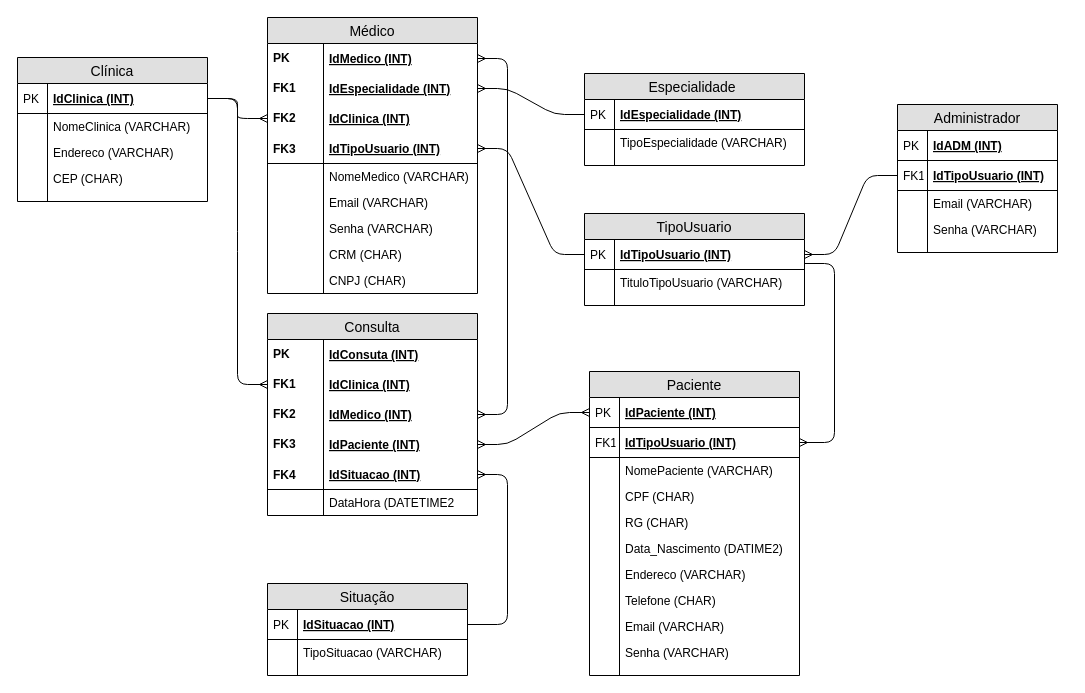
Before: page "Lógico" (2 of 2) of Modelagem/SPMed.drawio in Matheus-Nasci/SENAI_SPMedGroup_Sprint1-BD-Tarde-MatheusNascimento, a draw.io diagram. Source tidied: cells renumbered, new cells numbered last; positions are measured from the earlier drawing's top-left corner, leaving out a move shared by most shapes. Both pictures are drawn from the tidied source at 100%, with x=0, y=0 at pixel (17, 17).
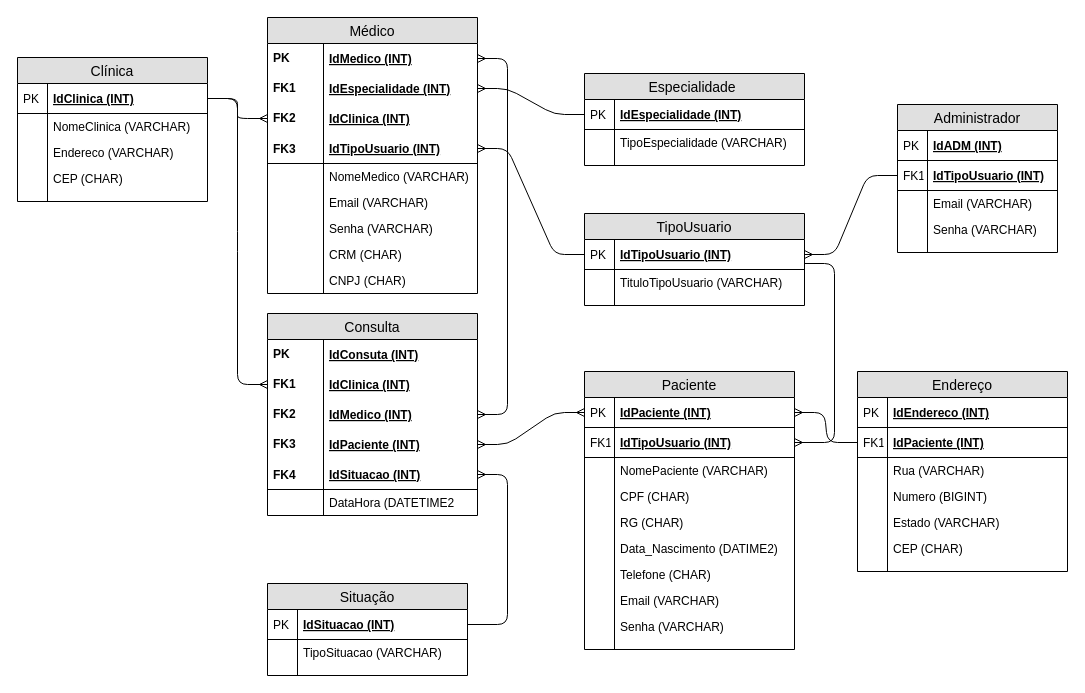
The same diagram, later.

The change refers to these unchanged cells:
```xml
<mxCell id="21" value="IdPaciente (INT)" style="shape=partialRectangle;top=0;left=0;right=0;bottom=1;align=left;verticalAlign=middle;fillColor=none;spacingLeft=34;spacingRight=4;overflow=hidden;points=[[0,0.5],[1,0.5]];portConstraint=eastwest;fontStyle=5;fontSize=12;" parent="20" vertex="1">
  <mxGeometry y="26" width="210" height="30" as="geometry" />
</mxCell>
```

The edit, as a diff of the source:
```diff
@@
     <mxCell id="20" value="Paciente" style="swimlane;fontStyle=0;horizontal=1;startSize=26;fillColor=#e0e0e0;swimlaneFillColor=#ffffff;align=center;fontSize=14;" parent="1" vertex="1">
-      <mxGeometry x="572" y="354" width="210" height="304" as="geometry" />
+      <mxGeometry x="567" y="354" width="210" height="278" as="geometry" />
     </mxCell>
@@
-    <mxCell id="33" value="Endereco (VARCHAR)" style="shape=partialRectangle;top=0;left=0;right=0;bottom=0;align=left;verticalAlign=top;fillColor=none;spacingLeft=34;spacingRight=4;overflow=hidden;fontSize=12;" parent="20" vertex="1">
-      <mxGeometry y="190" width="210" height="26" as="geometry" />
-    </mxCell>
-    <mxCell id="34" style="shape=partialRectangle;top=0;left=0;bottom=0;fillColor=none;align=left;verticalAlign=top;spacingLeft=4;spacingRight=4;overflow=hidden;fontSize=12;" parent="33" vertex="1">
-      <mxGeometry width="30" height="26" as="geometry" />
-    </mxCell>
     <mxCell id="35" value="Telefone (CHAR)" style="shape=partialRectangle;top=0;left=0;right=0;bottom=0;align=left;verticalAlign=top;fillColor=none;spacingLeft=34;spacingRight=4;overflow=hidden;fontSize=12;" parent="20" vertex="1">
-      <mxGeometry y="216" width="210" height="26" as="geometry" />
+      <mxGeometry y="190" width="210" height="26" as="geometry" />
     </mxCell>
@@
     <mxCell id="37" value="Email (VARCHAR)" style="shape=partialRectangle;top=0;left=0;right=0;bottom=0;align=left;verticalAlign=top;fillColor=none;spacingLeft=34;spacingRight=4;overflow=hidden;fontSize=12;" parent="20" vertex="1">
-      <mxGeometry y="242" width="210" height="26" as="geometry" />
+      <mxGeometry y="216" width="210" height="26" as="geometry" />
     </mxCell>
@@
     <mxCell id="39" value="Senha (VARCHAR)" style="shape=partialRectangle;top=0;left=0;right=0;bottom=0;align=left;verticalAlign=top;fillColor=none;spacingLeft=34;spacingRight=4;overflow=hidden;fontSize=12;" parent="20" vertex="1">
-      <mxGeometry y="268" width="210" height="26" as="geometry" />
+      <mxGeometry y="242" width="210" height="26" as="geometry" />
     </mxCell>
@@
     <mxCell id="41" style="shape=partialRectangle;top=0;left=0;right=0;bottom=0;align=left;verticalAlign=top;fillColor=none;spacingLeft=34;spacingRight=4;overflow=hidden;fontSize=12;" parent="20" vertex="1">
-      <mxGeometry y="294" width="210" height="10" as="geometry" />
+      <mxGeometry y="268" width="210" height="10" as="geometry" />
     </mxCell>
@@
+    <mxCell id="109" value="Endereço" style="swimlane;fontStyle=0;horizontal=1;startSize=26;fillColor=#e0e0e0;swimlaneFillColor=#ffffff;align=center;fontSize=14;" parent="1" vertex="1">
+      <mxGeometry x="840" y="354" width="210" height="200" as="geometry" />
+    </mxCell>
+    <mxCell id="110" value="IdEndereco (INT)" style="shape=partialRectangle;top=0;left=0;right=0;bottom=1;align=left;verticalAlign=middle;fillColor=none;spacingLeft=34;spacingRight=4;overflow=hidden;fontStyle=5;fontSize=12;" parent="109" vertex="1">
+      <mxGeometry y="26" width="210" height="30" as="geometry" />
+    </mxCell>
+    <mxCell id="111" value="PK" style="shape=partialRectangle;top=0;left=0;bottom=0;fillColor=none;align=left;verticalAlign=middle;spacingLeft=4;spacingRight=4;overflow=hidden;fontSize=12;" parent="110" vertex="1">
+      <mxGeometry width="30" height="30" as="geometry" />
+    </mxCell>
+    <mxCell id="112" value="IdPaciente (INT)" style="shape=partialRectangle;top=0;left=0;right=0;bottom=1;align=left;verticalAlign=middle;fillColor=none;spacingLeft=34;spacingRight=4;overflow=hidden;points=[[0,0.5],[1,0.5]];portConstraint=eastwest;fontStyle=5;fontSize=12;" parent="109" vertex="1">
+      <mxGeometry y="56" width="210" height="30" as="geometry" />
+    </mxCell>
+    <mxCell id="113" value="FK1" style="shape=partialRectangle;top=0;left=0;bottom=0;fillColor=none;align=left;verticalAlign=middle;spacingLeft=4;spacingRight=4;overflow=hidden;fontSize=12;" parent="112" vertex="1">
+      <mxGeometry width="30" height="30" as="geometry" />
+    </mxCell>
+    <mxCell id="114" value="Rua (VARCHAR)" style="shape=partialRectangle;top=0;left=0;right=0;bottom=0;align=left;verticalAlign=top;fillColor=none;spacingLeft=34;spacingRight=4;overflow=hidden;fontSize=12;" parent="109" vertex="1">
+      <mxGeometry y="86" width="210" height="26" as="geometry" />
+    </mxCell>
+    <mxCell id="115" style="shape=partialRectangle;top=0;left=0;bottom=0;fillColor=none;align=left;verticalAlign=top;spacingLeft=4;spacingRight=4;overflow=hidden;fontSize=12;" parent="114" vertex="1">
+      <mxGeometry width="30" height="26" as="geometry" />
+    </mxCell>
+    <mxCell id="116" value="Numero (BIGINT)" style="shape=partialRectangle;top=0;left=0;right=0;bottom=0;align=left;verticalAlign=top;fillColor=none;spacingLeft=34;spacingRight=4;overflow=hidden;fontSize=12;" parent="109" vertex="1">
+      <mxGeometry y="112" width="210" height="26" as="geometry" />
+    </mxCell>
+    <mxCell id="117" style="shape=partialRectangle;top=0;left=0;bottom=0;fillColor=none;align=left;verticalAlign=top;spacingLeft=4;spacingRight=4;overflow=hidden;fontSize=12;" parent="116" vertex="1">
+      <mxGeometry width="30" height="26" as="geometry" />
+    </mxCell>
+    <mxCell id="118" value="Estado (VARCHAR)" style="shape=partialRectangle;top=0;left=0;right=0;bottom=0;align=left;verticalAlign=top;fillColor=none;spacingLeft=34;spacingRight=4;overflow=hidden;fontSize=12;" parent="109" vertex="1">
+      <mxGeometry y="138" width="210" height="26" as="geometry" />
+    </mxCell>
+    <mxCell id="119" style="shape=partialRectangle;top=0;left=0;bottom=0;fillColor=none;align=left;verticalAlign=top;spacingLeft=4;spacingRight=4;overflow=hidden;fontSize=12;" parent="118" vertex="1">
+      <mxGeometry width="30" height="26" as="geometry" />
+    </mxCell>
+    <mxCell id="120" value="CEP (CHAR)" style="shape=partialRectangle;top=0;left=0;right=0;bottom=0;align=left;verticalAlign=top;fillColor=none;spacingLeft=34;spacingRight=4;overflow=hidden;fontSize=12;" parent="109" vertex="1">
+      <mxGeometry y="164" width="210" height="26" as="geometry" />
+    </mxCell>
+    <mxCell id="121" style="shape=partialRectangle;top=0;left=0;bottom=0;fillColor=none;align=left;verticalAlign=top;spacingLeft=4;spacingRight=4;overflow=hidden;fontSize=12;" parent="120" vertex="1">
+      <mxGeometry width="30" height="26" as="geometry" />
+    </mxCell>
+    <mxCell id="122" style="shape=partialRectangle;top=0;left=0;right=0;bottom=0;align=left;verticalAlign=top;fillColor=none;spacingLeft=34;spacingRight=4;overflow=hidden;fontSize=12;" parent="109" vertex="1">
+      <mxGeometry y="190" width="210" height="10" as="geometry" />
+    </mxCell>
+    <mxCell id="123" style="shape=partialRectangle;top=0;left=0;bottom=0;fillColor=none;align=left;verticalAlign=top;spacingLeft=4;spacingRight=4;overflow=hidden;fontSize=12;" parent="122" vertex="1">
+      <mxGeometry width="30" height="10" as="geometry" />
+    </mxCell>
+    <mxCell id="124" style="edgeStyle=entityRelationEdgeStyle;fontSize=12;html=1;endArrow=ERmany;" parent="1" edge="1" source="112" target="21">
+      <mxGeometry relative="1" as="geometry" />
+    </mxCell>
```
